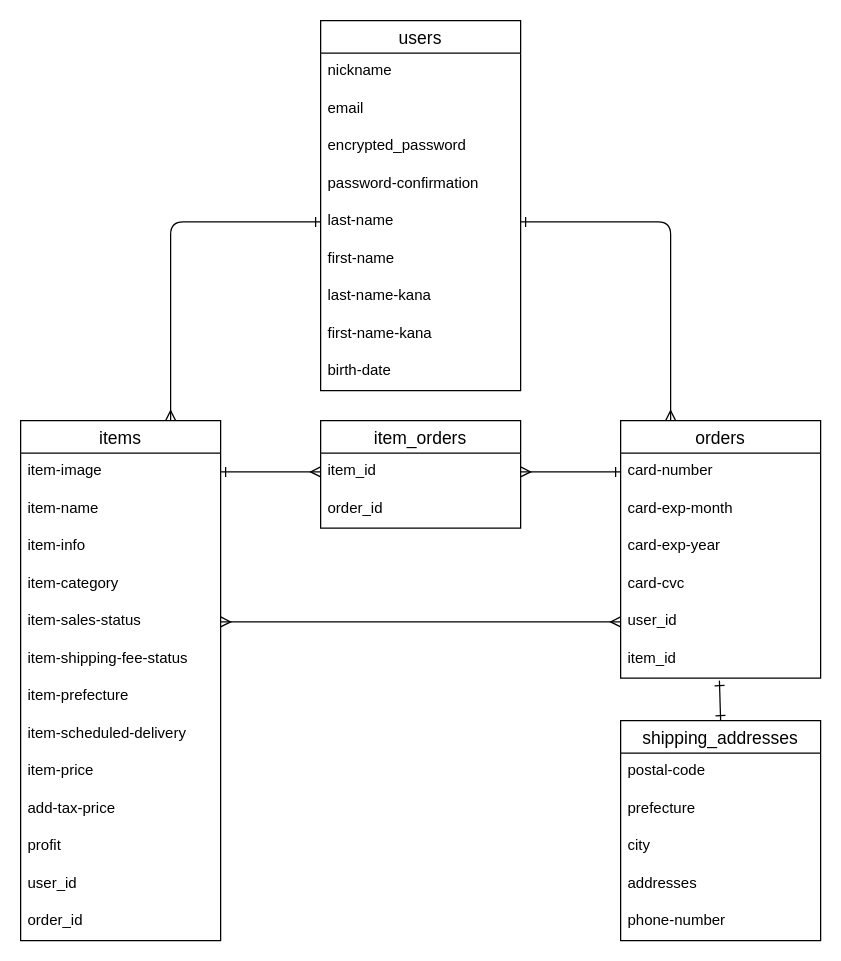
Earlier version of the draw.io diagram furima_ER.dio (5884kenta/furima-37177). Source tidied: cells renumbered, new cells numbered last; positions are measured from the earlier drawing's top-left corner, leaving out a move shared by most shapes. Both pictures are drawn from the tidied source at 125%, with x=0, y=0 at pixel (20, 20).
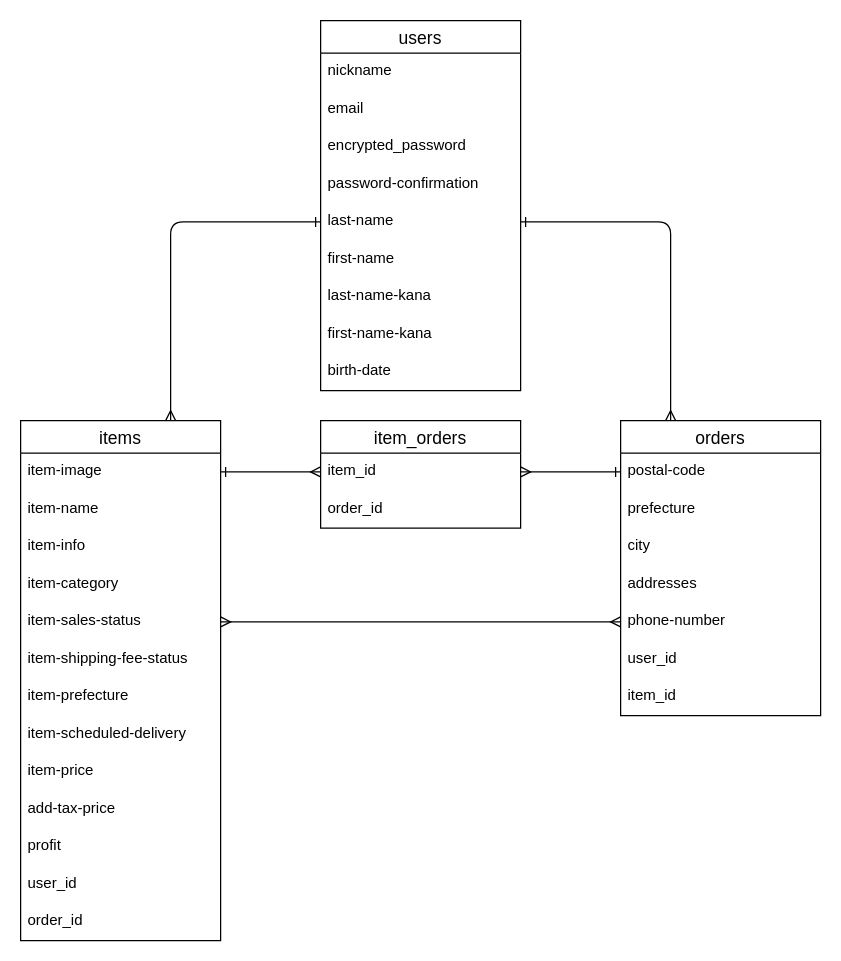
After the change.

Commit message (it also covers changes not shown here):
ER図修正１回目（12/10）

Diff of the diagram source:
```diff
@@
     <mxCell id="26" value="orders" style="swimlane;fontStyle=0;horizontal=1;startSize=26;align=center;fontSize=14;" parent="1" vertex="1">
-      <mxGeometry x="480" y="320" width="160" height="206" as="geometry" />
+      <mxGeometry x="480" y="320" width="160" height="236" as="geometry" />
     </mxCell>
-    <mxCell id="27" value="card-number" style="text;strokeColor=none;fillColor=none;spacingLeft=4;spacingRight=4;overflow=hidden;points=[[0,0.5],[1,0.5]];portConstraint=eastwest;fontSize=12;perimeterSpacing=0;" parent="26" vertex="1">
+    <mxCell id="27" value="postal-code" style="text;strokeColor=none;fillColor=none;spacingLeft=4;spacingRight=4;overflow=hidden;points=[[0,0.5],[1,0.5]];portConstraint=eastwest;fontSize=12;perimeterSpacing=0;" parent="26" vertex="1">
       <mxGeometry y="26" width="160" height="30" as="geometry" />
     </mxCell>
-    <mxCell id="28" value="card-exp-month" style="text;strokeColor=none;fillColor=none;spacingLeft=4;spacingRight=4;overflow=hidden;fontSize=12;perimeterSpacing=0;" parent="26" vertex="1">
+    <mxCell id="28" value="prefecture" style="text;strokeColor=none;fillColor=none;spacingLeft=4;spacingRight=4;overflow=hidden;fontSize=12;perimeterSpacing=0;" parent="26" vertex="1">
       <mxGeometry y="56" width="160" height="30" as="geometry" />
     </mxCell>
-    <mxCell id="29" value="card-exp-year" style="text;strokeColor=none;fillColor=none;spacingLeft=4;spacingRight=4;overflow=hidden;fontSize=12;perimeterSpacing=0;" parent="26" vertex="1">
+    <mxCell id="29" value="city" style="text;strokeColor=none;fillColor=none;spacingLeft=4;spacingRight=4;overflow=hidden;fontSize=12;perimeterSpacing=0;" parent="26" vertex="1">
       <mxGeometry y="86" width="160" height="30" as="geometry" />
     </mxCell>
-    <mxCell id="30" value="card-cvc" style="text;strokeColor=none;fillColor=none;spacingLeft=4;spacingRight=4;overflow=hidden;fontSize=12;perimeterSpacing=0;" parent="26" vertex="1">
+    <mxCell id="30" value="addresses" style="text;strokeColor=none;fillColor=none;spacingLeft=4;spacingRight=4;overflow=hidden;fontSize=12;perimeterSpacing=0;" parent="26" vertex="1">
       <mxGeometry y="116" width="160" height="30" as="geometry" />
     </mxCell>
-    <mxCell id="31" value="user_id" style="text;strokeColor=none;fillColor=none;spacingLeft=4;spacingRight=4;overflow=hidden;points=[[0,0.5],[1,0.5]];portConstraint=eastwest;fontSize=12;perimeterSpacing=0;" parent="26" vertex="1">
+    <mxCell id="31" value="phone-number" style="text;strokeColor=none;fillColor=none;spacingLeft=4;spacingRight=4;overflow=hidden;points=[[0,0.5],[1,0.5]];portConstraint=eastwest;fontSize=12;perimeterSpacing=0;" parent="26" vertex="1">
       <mxGeometry y="146" width="160" height="30" as="geometry" />
     </mxCell>
+    <mxCell id="48" value="user_id" style="text;strokeColor=none;fillColor=none;spacingLeft=4;spacingRight=4;overflow=hidden;fontSize=12;perimeterSpacing=0;" parent="26" vertex="1">
+      <mxGeometry y="176" width="160" height="30" as="geometry" />
+    </mxCell>
     <mxCell id="32" value="item_id" style="text;strokeColor=none;fillColor=none;spacingLeft=4;spacingRight=4;overflow=hidden;points=[[0,0.5],[1,0.5]];portConstraint=eastwest;fontSize=12;perimeterSpacing=0;" parent="26" vertex="1">
-      <mxGeometry y="176" width="160" height="30" as="geometry" />
+      <mxGeometry y="206" width="160" height="30" as="geometry" />
     </mxCell>
-    <mxCell id="33" value="shipping_addresses" style="swimlane;fontStyle=0;horizontal=1;startSize=26;align=center;fontSize=14;" parent="1" vertex="1">
-      <mxGeometry x="480" y="560" width="160" height="176" as="geometry" />
-    </mxCell>
-    <mxCell id="34" value="postal-code" style="text;strokeColor=none;fillColor=none;spacingLeft=4;spacingRight=4;overflow=hidden;fontSize=12;perimeterSpacing=0;" parent="33" vertex="1">
-      <mxGeometry y="26" width="160" height="30" as="geometry" />
-    </mxCell>
-    <mxCell id="35" value="prefecture" style="text;strokeColor=none;fillColor=none;spacingLeft=4;spacingRight=4;overflow=hidden;fontSize=12;perimeterSpacing=0;" parent="33" vertex="1">
-      <mxGeometry y="56" width="160" height="30" as="geometry" />
-    </mxCell>
-    <mxCell id="36" value="city" style="text;strokeColor=none;fillColor=none;spacingLeft=4;spacingRight=4;overflow=hidden;fontSize=12;perimeterSpacing=0;" parent="33" vertex="1">
-      <mxGeometry y="86" width="160" height="30" as="geometry" />
-    </mxCell>
-    <mxCell id="37" value="addresses" style="text;strokeColor=none;fillColor=none;spacingLeft=4;spacingRight=4;overflow=hidden;fontSize=12;perimeterSpacing=0;" parent="33" vertex="1">
-      <mxGeometry y="116" width="160" height="30" as="geometry" />
-    </mxCell>
-    <mxCell id="38" value="phone-number" style="text;strokeColor=none;fillColor=none;spacingLeft=4;spacingRight=4;overflow=hidden;fontSize=12;perimeterSpacing=0;" parent="33" vertex="1">
-      <mxGeometry y="146" width="160" height="30" as="geometry" />
-    </mxCell>
@@
-    <mxCell id="47" style="fontSize=12;html=1;endArrow=ERone;exitX=0.5;exitY=0;exitDx=0;exitDy=0;entryX=0.494;entryY=1.067;entryDx=0;entryDy=0;endFill=0;startArrow=ERone;startFill=0;entryPerimeter=0;" parent="1" edge="1" source="33" target="32">
-      <mxGeometry relative="1" as="geometry" />
-    </mxCell>
```
